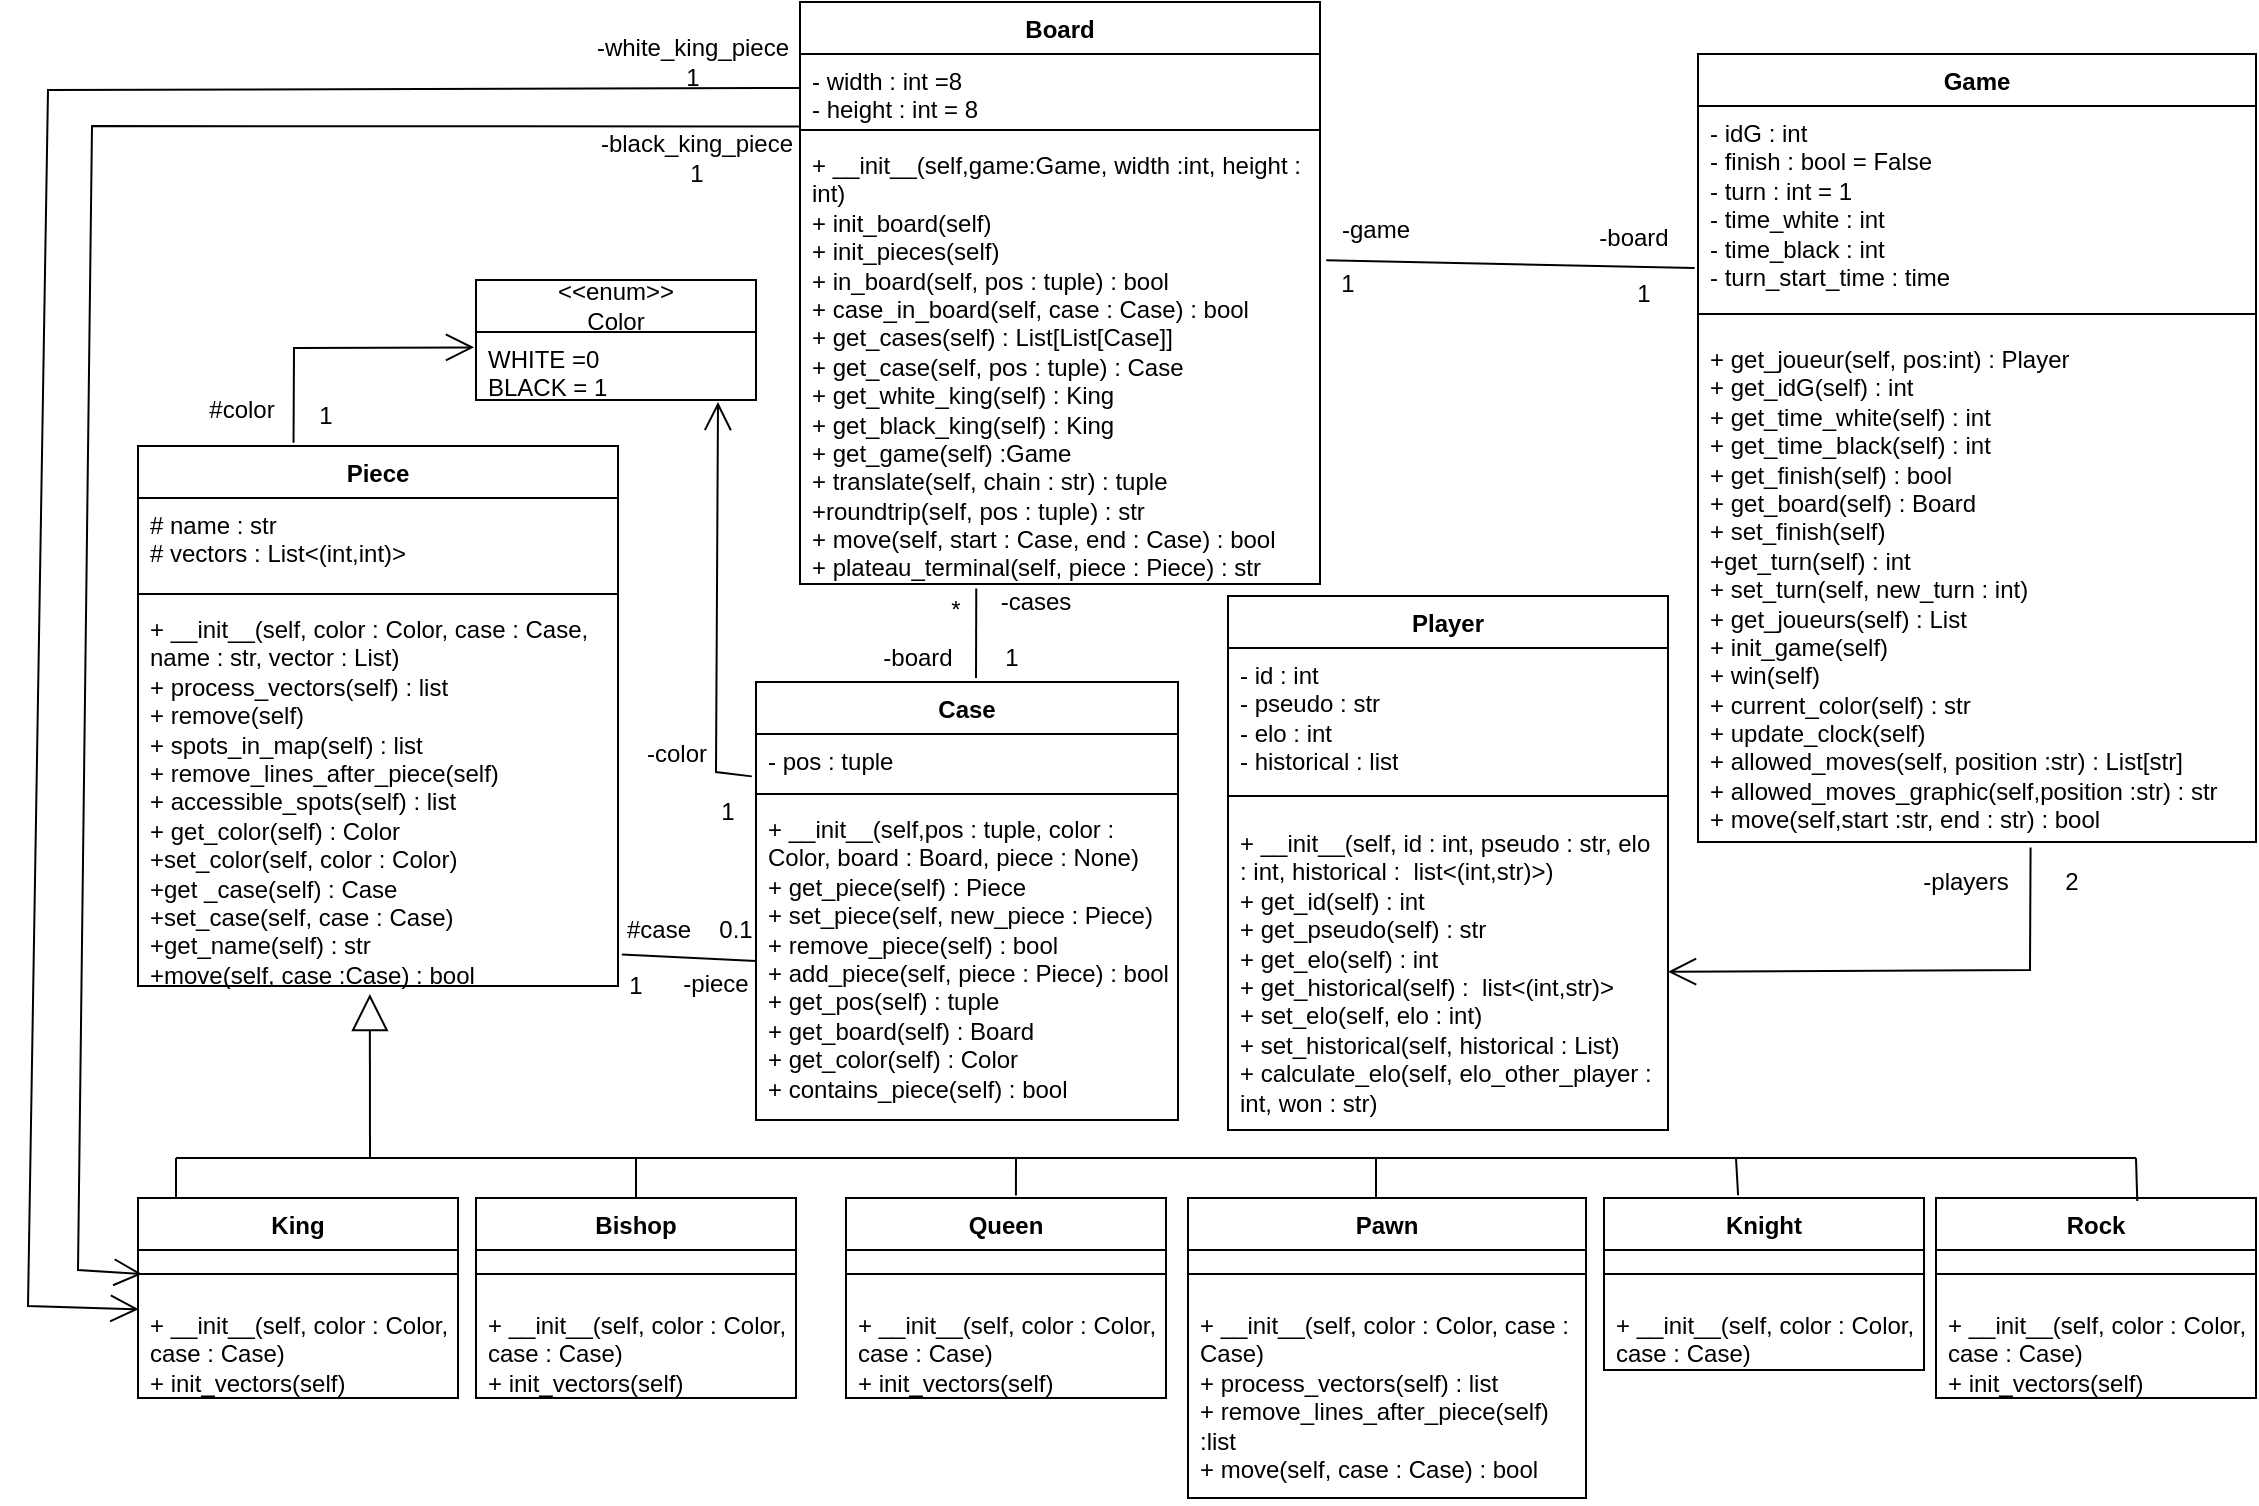
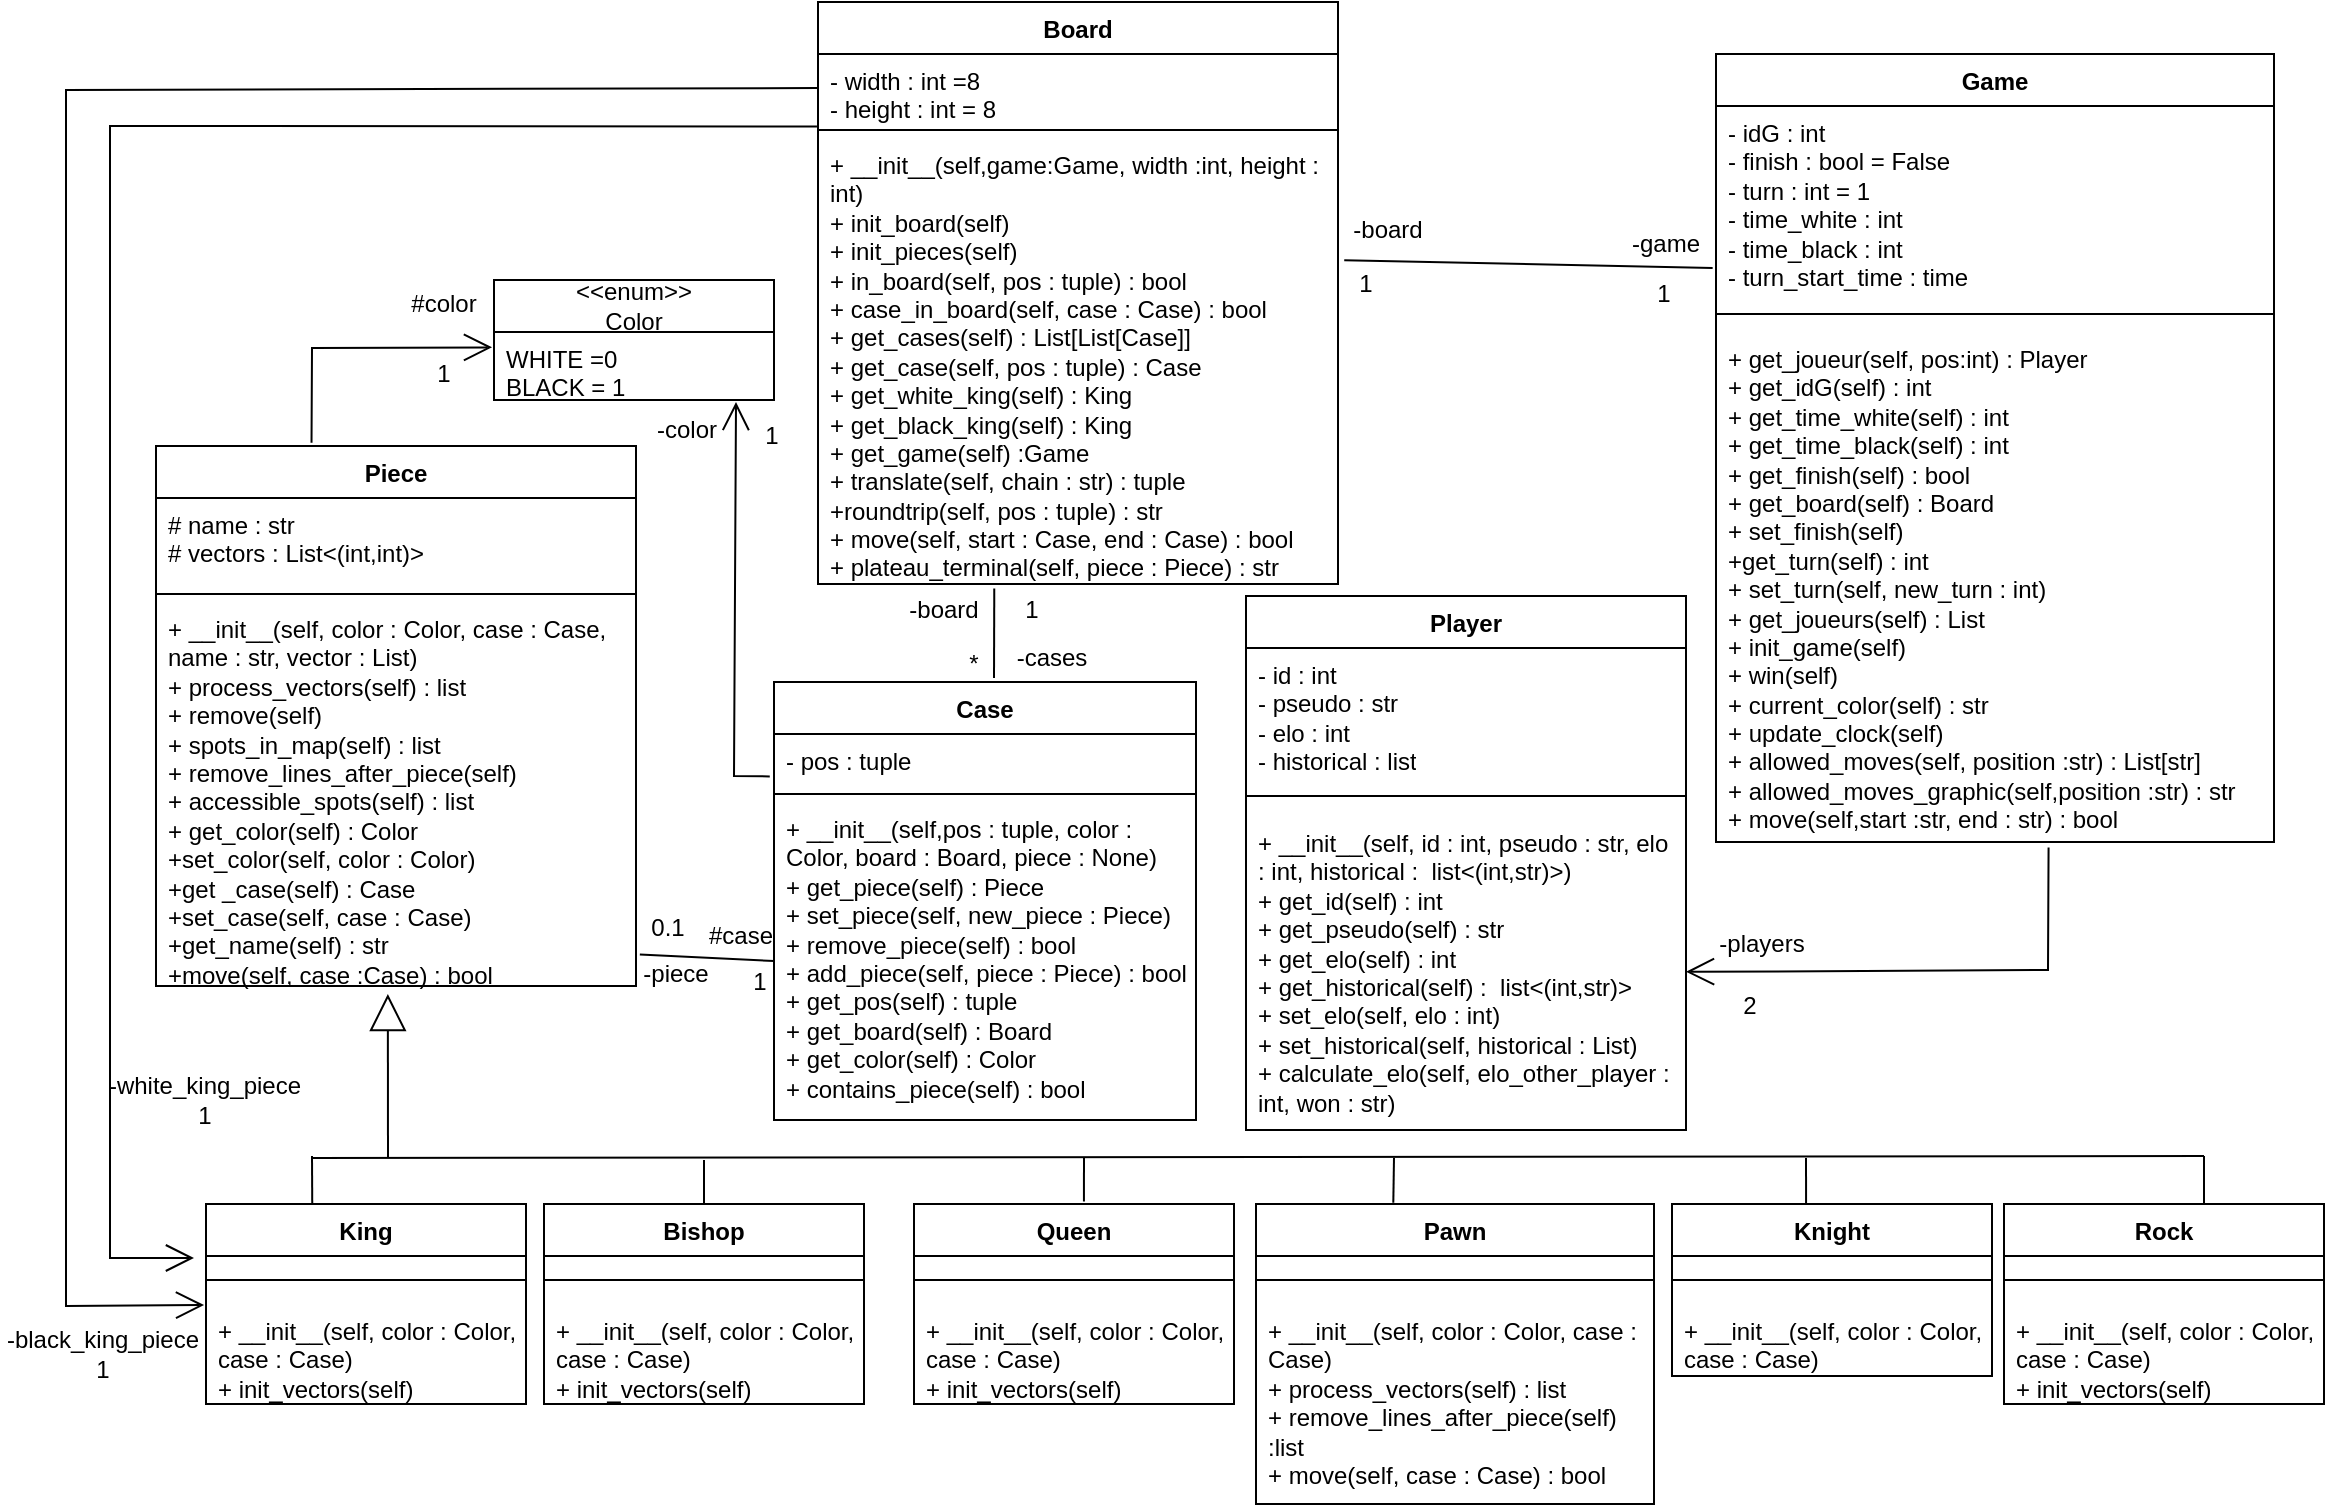
<mxfile host="app.diagrams.net" agent="Mozilla/5.0 (Windows NT 10.0; Win64; x64) AppleWebKit/537.36 (KHTML, like Gecko) Chrome/138.0.0.0 Safari/537.36" version="27.1.5">
  <diagram name="Page-1" id="ue2nzu8fp39hdbNQRuWm">
-     <mxGraphModel dx="915" dy="721" grid="0" gridSize="10" guides="1" tooltips="1" connect="1" arrows="1" fold="1" page="1" pageScale="1" pageWidth="1169" pageHeight="1654" background="#ffffff" math="0" shadow="0">
+     <mxGraphModel dx="1464" dy="1154" grid="0" gridSize="10" guides="1" tooltips="1" connect="1" arrows="1" fold="1" page="1" pageScale="1" pageWidth="1169" pageHeight="1654" background="#ffffff" math="0" shadow="0">
      <root>
        <mxCell id="0" />
        <mxCell id="1" parent="0" />
        <mxCell id="S0ea2ZYKpIamfI4VXVso-1" value="Player" style="swimlane;fontStyle=1;align=center;verticalAlign=top;childLayout=stackLayout;horizontal=1;startSize=26;horizontalStack=0;resizeParent=1;resizeParentMax=0;resizeLast=0;collapsible=1;marginBottom=0;whiteSpace=wrap;html=1;" parent="1" vertex="1">
          <mxGeometry x="626" y="319" width="220" height="267" as="geometry" />
        </mxCell>
        <mxCell id="S0ea2ZYKpIamfI4VXVso-2" value="&lt;div&gt;- id : int&lt;/div&gt;&lt;div&gt;- pseudo : str&lt;/div&gt;&lt;div&gt;- elo : int&lt;/div&gt;&lt;div&gt;- historical : list&lt;/div&gt;" style="text;strokeColor=none;fillColor=none;align=left;verticalAlign=top;spacingLeft=4;spacingRight=4;overflow=hidden;rotatable=0;points=[[0,0.5],[1,0.5]];portConstraint=eastwest;whiteSpace=wrap;html=1;" parent="S0ea2ZYKpIamfI4VXVso-1" vertex="1">
          <mxGeometry y="26" width="220" height="64" as="geometry" />
        </mxCell>
        <mxCell id="S0ea2ZYKpIamfI4VXVso-3" value="" style="line;strokeWidth=1;fillColor=none;align=left;verticalAlign=middle;spacingTop=-1;spacingLeft=3;spacingRight=3;rotatable=0;labelPosition=right;points=[];portConstraint=eastwest;strokeColor=inherit;" parent="S0ea2ZYKpIamfI4VXVso-1" vertex="1">
          <mxGeometry y="90" width="220" height="20" as="geometry" />
        </mxCell>
        <mxCell id="S0ea2ZYKpIamfI4VXVso-4" value="&lt;div&gt;+ __init__(self, id : int, pseudo : str, elo : int, historical :&amp;nbsp; list&amp;lt;(int,str)&amp;gt;)&lt;/div&gt;&lt;div&gt;+ get_id(self) : int&lt;/div&gt;&lt;div&gt;+ get_pseudo(self) : str&lt;/div&gt;&lt;div&gt;+ get_elo(self) : int&lt;/div&gt;&lt;div&gt;+ get_historical(self) :&amp;nbsp; list&amp;lt;(int,str)&amp;gt;&lt;/div&gt;&lt;div&gt;+ set_elo(self, elo : int)&lt;/div&gt;&lt;div&gt;+ set_historical(self, historical : List)&lt;/div&gt;&lt;div&gt;+ calculate_elo(self, elo_other_player : int, won : str)&lt;/div&gt;" style="text;strokeColor=none;fillColor=none;align=left;verticalAlign=top;spacingLeft=4;spacingRight=4;overflow=hidden;rotatable=0;points=[[0,0.5],[1,0.5]];portConstraint=eastwest;whiteSpace=wrap;html=1;" parent="S0ea2ZYKpIamfI4VXVso-1" vertex="1">
          <mxGeometry y="110" width="220" height="157" as="geometry" />
        </mxCell>
        <mxCell id="S0ea2ZYKpIamfI4VXVso-5" value="Game" style="swimlane;fontStyle=1;align=center;verticalAlign=top;childLayout=stackLayout;horizontal=1;startSize=26;horizontalStack=0;resizeParent=1;resizeParentMax=0;resizeLast=0;collapsible=1;marginBottom=0;whiteSpace=wrap;html=1;" parent="1" vertex="1">
          <mxGeometry x="861" y="48" width="279" height="394" as="geometry" />
        </mxCell>
        <mxCell id="S0ea2ZYKpIamfI4VXVso-6" value="&lt;div&gt;- idG : int&lt;/div&gt;&lt;div&gt;- finish : bool = False&lt;/div&gt;&lt;div&gt;- turn : int = 1&lt;/div&gt;&lt;div&gt;- time_white : int&lt;/div&gt;&lt;div&gt;- time_black : int&amp;nbsp;&lt;/div&gt;&lt;div&gt;- turn_start_time : time&lt;/div&gt;" style="text;strokeColor=none;fillColor=none;align=left;verticalAlign=top;spacingLeft=4;spacingRight=4;overflow=hidden;rotatable=0;points=[[0,0.5],[1,0.5]];portConstraint=eastwest;whiteSpace=wrap;html=1;" parent="S0ea2ZYKpIamfI4VXVso-5" vertex="1">
          <mxGeometry y="26" width="279" height="95" as="geometry" />
        </mxCell>
        <mxCell id="S0ea2ZYKpIamfI4VXVso-7" value="" style="line;strokeWidth=1;fillColor=none;align=left;verticalAlign=middle;spacingTop=-1;spacingLeft=3;spacingRight=3;rotatable=0;labelPosition=right;points=[];portConstraint=eastwest;strokeColor=inherit;" parent="S0ea2ZYKpIamfI4VXVso-5" vertex="1">
          <mxGeometry y="121" width="279" height="18" as="geometry" />
        </mxCell>
        <mxCell id="S0ea2ZYKpIamfI4VXVso-8" value="&lt;div&gt;+ get_joueur(self, pos:int) : Player&lt;/div&gt;&lt;div&gt;+ get_idG(self) : int&lt;/div&gt;&lt;div&gt;+ get_time_white(self) : int&lt;/div&gt;&lt;div&gt;+ get_time_black(self) : int&lt;/div&gt;&lt;div&gt;+ get_finish(self) : bool&lt;/div&gt;&lt;div&gt;+ get_board(self) : Board&lt;/div&gt;&lt;div&gt;+ set_finish(self)&amp;nbsp;&lt;/div&gt;&lt;div&gt;+get_turn(self) : int&lt;/div&gt;&lt;div&gt;+ set_turn(self, new_turn : int)&lt;/div&gt;&lt;div&gt;+ get_joueurs(self) : List&lt;/div&gt;&lt;div&gt;+ init_game(self)&lt;/div&gt;&lt;div&gt;+ win(self)&lt;/div&gt;&lt;div&gt;+ current_color(self) : str&lt;/div&gt;&lt;div&gt;+ update_clock(self)&lt;/div&gt;&lt;div&gt;+ allowed_moves(self, position :str) : List[str]&lt;/div&gt;&lt;div&gt;+ allowed_moves_graphic(self,position :str) : str&lt;/div&gt;&lt;div&gt;+ move(self,start :str, end : str) : bool&lt;/div&gt;" style="text;strokeColor=none;fillColor=none;align=left;verticalAlign=top;spacingLeft=4;spacingRight=4;overflow=hidden;rotatable=0;points=[[0,0.5],[1,0.5]];portConstraint=eastwest;whiteSpace=wrap;html=1;" parent="S0ea2ZYKpIamfI4VXVso-5" vertex="1">
          <mxGeometry y="139" width="279" height="255" as="geometry" />
        </mxCell>
        <mxCell id="S0ea2ZYKpIamfI4VXVso-9" value="Board" style="swimlane;fontStyle=1;align=center;verticalAlign=top;childLayout=stackLayout;horizontal=1;startSize=26;horizontalStack=0;resizeParent=1;resizeParentMax=0;resizeLast=0;collapsible=1;marginBottom=0;whiteSpace=wrap;html=1;" parent="1" vertex="1">
          <mxGeometry x="412" y="22" width="260" height="291" as="geometry" />
        </mxCell>
        <mxCell id="S0ea2ZYKpIamfI4VXVso-10" value="&lt;div&gt;- width : int =8&lt;/div&gt;&lt;div&gt;- height : int = 8&lt;/div&gt;" style="text;strokeColor=none;fillColor=none;align=left;verticalAlign=top;spacingLeft=4;spacingRight=4;overflow=hidden;rotatable=0;points=[[0,0.5],[1,0.5]];portConstraint=eastwest;whiteSpace=wrap;html=1;" parent="S0ea2ZYKpIamfI4VXVso-9" vertex="1">
          <mxGeometry y="26" width="260" height="34" as="geometry" />
        </mxCell>
        <mxCell id="S0ea2ZYKpIamfI4VXVso-11" value="" style="line;strokeWidth=1;fillColor=none;align=left;verticalAlign=middle;spacingTop=-1;spacingLeft=3;spacingRight=3;rotatable=0;labelPosition=right;points=[];portConstraint=eastwest;strokeColor=inherit;" parent="S0ea2ZYKpIamfI4VXVso-9" vertex="1">
          <mxGeometry y="60" width="260" height="8" as="geometry" />
        </mxCell>
        <mxCell id="S0ea2ZYKpIamfI4VXVso-12" value="&lt;div&gt;+ __init__(self,game:Game, width :int, height : int)&lt;/div&gt;&lt;div&gt;+ init_board(self)&lt;/div&gt;&lt;div&gt;+ init_pieces(self)&lt;/div&gt;&lt;div&gt;+ in_board(self, pos : tuple) : bool&lt;/div&gt;&lt;div&gt;+ case_in_board(self, case : Case) : bool&lt;/div&gt;&lt;div&gt;+ get_cases(self) : List[List[Case]]&lt;/div&gt;&lt;div&gt;+ get_case(self, pos : tuple) : Case&lt;/div&gt;&lt;div&gt;+ get_white_king(self) : King&lt;/div&gt;&lt;div&gt;+ get_black_king(self) : King&lt;/div&gt;&lt;div&gt;+ get_game(self) :Game&lt;/div&gt;&lt;div&gt;+ translate(self, chain : str) : tuple&lt;/div&gt;&lt;div&gt;+roundtrip(self, pos : tuple) : str&lt;/div&gt;&lt;div&gt;+ move(self, start : Case, end : Case) : bool&lt;/div&gt;&lt;div&gt;+ plateau_terminal(self, piece : Piece) : str&lt;/div&gt;" style="text;strokeColor=none;fillColor=none;align=left;verticalAlign=top;spacingLeft=4;spacingRight=4;overflow=hidden;rotatable=0;points=[[0,0.5],[1,0.5]];portConstraint=eastwest;whiteSpace=wrap;html=1;" parent="S0ea2ZYKpIamfI4VXVso-9" vertex="1">
          <mxGeometry y="68" width="260" height="223" as="geometry" />
        </mxCell>
        <mxCell id="S0ea2ZYKpIamfI4VXVso-14" value="Case" style="swimlane;fontStyle=1;align=center;verticalAlign=top;childLayout=stackLayout;horizontal=1;startSize=26;horizontalStack=0;resizeParent=1;resizeParentMax=0;resizeLast=0;collapsible=1;marginBottom=0;whiteSpace=wrap;html=1;" parent="1" vertex="1">
          <mxGeometry x="390" y="362" width="211" height="219" as="geometry" />
        </mxCell>
        <mxCell id="S0ea2ZYKpIamfI4VXVso-15" value="- pos : tuple" style="text;strokeColor=none;fillColor=none;align=left;verticalAlign=top;spacingLeft=4;spacingRight=4;overflow=hidden;rotatable=0;points=[[0,0.5],[1,0.5]];portConstraint=eastwest;whiteSpace=wrap;html=1;" parent="S0ea2ZYKpIamfI4VXVso-14" vertex="1">
          <mxGeometry y="26" width="211" height="26" as="geometry" />
        </mxCell>
        <mxCell id="S0ea2ZYKpIamfI4VXVso-16" value="" style="line;strokeWidth=1;fillColor=none;align=left;verticalAlign=middle;spacingTop=-1;spacingLeft=3;spacingRight=3;rotatable=0;labelPosition=right;points=[];portConstraint=eastwest;strokeColor=inherit;" parent="S0ea2ZYKpIamfI4VXVso-14" vertex="1">
          <mxGeometry y="52" width="211" height="8" as="geometry" />
        </mxCell>
        <mxCell id="S0ea2ZYKpIamfI4VXVso-17" value="&lt;div&gt;+ __init__(self,pos : tuple, color : Color, board : Board, piece : None)&lt;/div&gt;&lt;div&gt;+ get_piece(self) : Piece&lt;/div&gt;&lt;div&gt;+ set_piece(self, new_piece : Piece)&lt;/div&gt;&lt;div&gt;+ remove_piece(self) : bool&lt;/div&gt;&lt;div&gt;+ add_piece(self, piece : Piece) : bool&lt;/div&gt;&lt;div&gt;+ get_pos(self) : tuple&lt;/div&gt;&lt;div&gt;+ get_board(self) : Board&lt;/div&gt;&lt;div&gt;+ get_color(self) : Color&lt;/div&gt;&lt;div&gt;+ contains_piece(self) : bool&lt;/div&gt;" style="text;strokeColor=none;fillColor=none;align=left;verticalAlign=top;spacingLeft=4;spacingRight=4;overflow=hidden;rotatable=0;points=[[0,0.5],[1,0.5]];portConstraint=eastwest;whiteSpace=wrap;html=1;" parent="S0ea2ZYKpIamfI4VXVso-14" vertex="1">
          <mxGeometry y="60" width="211" height="159" as="geometry" />
        </mxCell>
        <mxCell id="S0ea2ZYKpIamfI4VXVso-18" value="Piece" style="swimlane;fontStyle=1;align=center;verticalAlign=top;childLayout=stackLayout;horizontal=1;startSize=26;horizontalStack=0;resizeParent=1;resizeParentMax=0;resizeLast=0;collapsible=1;marginBottom=0;whiteSpace=wrap;html=1;" parent="1" vertex="1">
          <mxGeometry x="81" y="244" width="240" height="270" as="geometry" />
        </mxCell>
        <mxCell id="S0ea2ZYKpIamfI4VXVso-19" value="&lt;div&gt;# name : str&lt;/div&gt;&lt;div&gt;# vectors : List&amp;lt;(int,int)&amp;gt;&lt;/div&gt;" style="text;strokeColor=none;fillColor=none;align=left;verticalAlign=top;spacingLeft=4;spacingRight=4;overflow=hidden;rotatable=0;points=[[0,0.5],[1,0.5]];portConstraint=eastwest;whiteSpace=wrap;html=1;" parent="S0ea2ZYKpIamfI4VXVso-18" vertex="1">
          <mxGeometry y="26" width="240" height="44" as="geometry" />
        </mxCell>
        <mxCell id="S0ea2ZYKpIamfI4VXVso-20" value="" style="line;strokeWidth=1;fillColor=none;align=left;verticalAlign=middle;spacingTop=-1;spacingLeft=3;spacingRight=3;rotatable=0;labelPosition=right;points=[];portConstraint=eastwest;strokeColor=inherit;" parent="S0ea2ZYKpIamfI4VXVso-18" vertex="1">
          <mxGeometry y="70" width="240" height="8" as="geometry" />
        </mxCell>
        <mxCell id="S0ea2ZYKpIamfI4VXVso-21" value="&lt;div&gt;+ __init__(self, color : Color, case : Case, name : str, vector : List)&lt;/div&gt;&lt;div&gt;+ process_vectors(self) : list&lt;/div&gt;&lt;div&gt;+ remove(self)&amp;nbsp;&lt;/div&gt;&lt;div&gt;+ spots_in_map(self) : list&lt;/div&gt;&lt;div&gt;+ remove_lines_after_piece(self)&lt;/div&gt;&lt;div&gt;+ accessible_spots(self) : list&lt;/div&gt;&lt;div&gt;+ get_color(self) : Color&lt;/div&gt;&lt;div&gt;+set_color(self, color : Color)&lt;/div&gt;&lt;div&gt;+get _case(self) : Case&lt;/div&gt;&lt;div&gt;+set_case(self, case : Case)&lt;/div&gt;&lt;div&gt;+get_name(self) : str&lt;/div&gt;&lt;div&gt;+move(self, case :Case) : bool&lt;/div&gt;" style="text;strokeColor=none;fillColor=none;align=left;verticalAlign=top;spacingLeft=4;spacingRight=4;overflow=hidden;rotatable=0;points=[[0,0.5],[1,0.5]];portConstraint=eastwest;whiteSpace=wrap;html=1;" parent="S0ea2ZYKpIamfI4VXVso-18" vertex="1">
          <mxGeometry y="78" width="240" height="192" as="geometry" />
        </mxCell>
        <mxCell id="S0ea2ZYKpIamfI4VXVso-22" value="Pawn" style="swimlane;fontStyle=1;align=center;verticalAlign=top;childLayout=stackLayout;horizontal=1;startSize=26;horizontalStack=0;resizeParent=1;resizeParentMax=0;resizeLast=0;collapsible=1;marginBottom=0;whiteSpace=wrap;html=1;" parent="1" vertex="1">
-           <mxGeometry x="606" y="620" width="199" height="150" as="geometry" />
+           <mxGeometry x="631" y="623" width="199" height="150" as="geometry" />
        </mxCell>
        <mxCell id="S0ea2ZYKpIamfI4VXVso-24" value="" style="line;strokeWidth=1;fillColor=none;align=left;verticalAlign=middle;spacingTop=-1;spacingLeft=3;spacingRight=3;rotatable=0;labelPosition=right;points=[];portConstraint=eastwest;strokeColor=inherit;" parent="S0ea2ZYKpIamfI4VXVso-22" vertex="1">
          <mxGeometry y="26" width="199" height="24" as="geometry" />
        </mxCell>
        <mxCell id="S0ea2ZYKpIamfI4VXVso-25" value="&lt;div&gt;+ __init__(self, color : Color, case : Case)&lt;/div&gt;&lt;div&gt;+ process_vectors(self) : list&lt;/div&gt;&lt;div&gt;+ remove_lines_after_piece(self) :list&lt;/div&gt;&lt;div&gt;+ move(self, case : Case) : bool&lt;/div&gt;" style="text;strokeColor=none;fillColor=none;align=left;verticalAlign=top;spacingLeft=4;spacingRight=4;overflow=hidden;rotatable=0;points=[[0,0.5],[1,0.5]];portConstraint=eastwest;whiteSpace=wrap;html=1;" parent="S0ea2ZYKpIamfI4VXVso-22" vertex="1">
          <mxGeometry y="50" width="199" height="100" as="geometry" />
        </mxCell>
        <mxCell id="S0ea2ZYKpIamfI4VXVso-27" value="Bishop" style="swimlane;fontStyle=1;align=center;verticalAlign=top;childLayout=stackLayout;horizontal=1;startSize=26;horizontalStack=0;resizeParent=1;resizeParentMax=0;resizeLast=0;collapsible=1;marginBottom=0;whiteSpace=wrap;html=1;" parent="1" vertex="1">
-           <mxGeometry x="250" y="620" width="160" height="100" as="geometry" />
+           <mxGeometry x="275" y="623" width="160" height="100" as="geometry" />
        </mxCell>
        <mxCell id="S0ea2ZYKpIamfI4VXVso-29" value="" style="line;strokeWidth=1;fillColor=none;align=left;verticalAlign=middle;spacingTop=-1;spacingLeft=3;spacingRight=3;rotatable=0;labelPosition=right;points=[];portConstraint=eastwest;strokeColor=inherit;" parent="S0ea2ZYKpIamfI4VXVso-27" vertex="1">
          <mxGeometry y="26" width="160" height="24" as="geometry" />
        </mxCell>
        <mxCell id="S0ea2ZYKpIamfI4VXVso-30" value="&lt;div&gt;+ __init__(self, color : Color, case : Case)&lt;/div&gt;&lt;div&gt;+ init_vectors(self)&lt;/div&gt;" style="text;strokeColor=none;fillColor=none;align=left;verticalAlign=top;spacingLeft=4;spacingRight=4;overflow=hidden;rotatable=0;points=[[0,0.5],[1,0.5]];portConstraint=eastwest;whiteSpace=wrap;html=1;" parent="S0ea2ZYKpIamfI4VXVso-27" vertex="1">
          <mxGeometry y="50" width="160" height="50" as="geometry" />
        </mxCell>
        <mxCell id="S0ea2ZYKpIamfI4VXVso-31" value="Queen" style="swimlane;fontStyle=1;align=center;verticalAlign=top;childLayout=stackLayout;horizontal=1;startSize=26;horizontalStack=0;resizeParent=1;resizeParentMax=0;resizeLast=0;collapsible=1;marginBottom=0;whiteSpace=wrap;html=1;" parent="1" vertex="1">
-           <mxGeometry x="435" y="620" width="160" height="100" as="geometry" />
+           <mxGeometry x="460" y="623" width="160" height="100" as="geometry" />
        </mxCell>
        <mxCell id="S0ea2ZYKpIamfI4VXVso-33" value="" style="line;strokeWidth=1;fillColor=none;align=left;verticalAlign=middle;spacingTop=-1;spacingLeft=3;spacingRight=3;rotatable=0;labelPosition=right;points=[];portConstraint=eastwest;strokeColor=inherit;" parent="S0ea2ZYKpIamfI4VXVso-31" vertex="1">
          <mxGeometry y="26" width="160" height="24" as="geometry" />
        </mxCell>
        <mxCell id="S0ea2ZYKpIamfI4VXVso-34" value="&lt;div&gt;+ __init__(self, color : Color, case : Case)&lt;/div&gt;&lt;div&gt;+ init_vectors(self)&lt;/div&gt;" style="text;strokeColor=none;fillColor=none;align=left;verticalAlign=top;spacingLeft=4;spacingRight=4;overflow=hidden;rotatable=0;points=[[0,0.5],[1,0.5]];portConstraint=eastwest;whiteSpace=wrap;html=1;" parent="S0ea2ZYKpIamfI4VXVso-31" vertex="1">
          <mxGeometry y="50" width="160" height="50" as="geometry" />
        </mxCell>
        <mxCell id="S0ea2ZYKpIamfI4VXVso-35" value="King" style="swimlane;fontStyle=1;align=center;verticalAlign=top;childLayout=stackLayout;horizontal=1;startSize=26;horizontalStack=0;resizeParent=1;resizeParentMax=0;resizeLast=0;collapsible=1;marginBottom=0;whiteSpace=wrap;html=1;" parent="1" vertex="1">
-           <mxGeometry x="81" y="620" width="160" height="100" as="geometry" />
+           <mxGeometry x="106" y="623" width="160" height="100" as="geometry" />
        </mxCell>
        <mxCell id="S0ea2ZYKpIamfI4VXVso-37" value="" style="line;strokeWidth=1;fillColor=none;align=left;verticalAlign=middle;spacingTop=-1;spacingLeft=3;spacingRight=3;rotatable=0;labelPosition=right;points=[];portConstraint=eastwest;strokeColor=inherit;" parent="S0ea2ZYKpIamfI4VXVso-35" vertex="1">
          <mxGeometry y="26" width="160" height="24" as="geometry" />
        </mxCell>
        <mxCell id="S0ea2ZYKpIamfI4VXVso-38" value="&lt;div&gt;+ __init__(self, color : Color, case : Case)&lt;/div&gt;&lt;div&gt;+ init_vectors(self)&lt;/div&gt;" style="text;strokeColor=none;fillColor=none;align=left;verticalAlign=top;spacingLeft=4;spacingRight=4;overflow=hidden;rotatable=0;points=[[0,0.5],[1,0.5]];portConstraint=eastwest;whiteSpace=wrap;html=1;" parent="S0ea2ZYKpIamfI4VXVso-35" vertex="1">
          <mxGeometry y="50" width="160" height="50" as="geometry" />
        </mxCell>
        <mxCell id="S0ea2ZYKpIamfI4VXVso-39" value="Knight" style="swimlane;fontStyle=1;align=center;verticalAlign=top;childLayout=stackLayout;horizontal=1;startSize=26;horizontalStack=0;resizeParent=1;resizeParentMax=0;resizeLast=0;collapsible=1;marginBottom=0;whiteSpace=wrap;html=1;" parent="1" vertex="1">
-           <mxGeometry x="814" y="620" width="160" height="86" as="geometry" />
+           <mxGeometry x="839" y="623" width="160" height="86" as="geometry" />
        </mxCell>
        <mxCell id="S0ea2ZYKpIamfI4VXVso-41" value="" style="line;strokeWidth=1;fillColor=none;align=left;verticalAlign=middle;spacingTop=-1;spacingLeft=3;spacingRight=3;rotatable=0;labelPosition=right;points=[];portConstraint=eastwest;strokeColor=inherit;" parent="S0ea2ZYKpIamfI4VXVso-39" vertex="1">
          <mxGeometry y="26" width="160" height="24" as="geometry" />
        </mxCell>
        <mxCell id="S0ea2ZYKpIamfI4VXVso-42" value="&lt;div&gt;+ __init__(self, color : Color, case : Case)&lt;/div&gt;" style="text;strokeColor=none;fillColor=none;align=left;verticalAlign=top;spacingLeft=4;spacingRight=4;overflow=hidden;rotatable=0;points=[[0,0.5],[1,0.5]];portConstraint=eastwest;whiteSpace=wrap;html=1;" parent="S0ea2ZYKpIamfI4VXVso-39" vertex="1">
          <mxGeometry y="50" width="160" height="36" as="geometry" />
        </mxCell>
        <mxCell id="S0ea2ZYKpIamfI4VXVso-43" value="Rock" style="swimlane;fontStyle=1;align=center;verticalAlign=top;childLayout=stackLayout;horizontal=1;startSize=26;horizontalStack=0;resizeParent=1;resizeParentMax=0;resizeLast=0;collapsible=1;marginBottom=0;whiteSpace=wrap;html=1;" parent="1" vertex="1">
-           <mxGeometry x="980" y="620" width="160" height="100" as="geometry" />
+           <mxGeometry x="1005" y="623" width="160" height="100" as="geometry" />
        </mxCell>
        <mxCell id="S0ea2ZYKpIamfI4VXVso-45" value="" style="line;strokeWidth=1;fillColor=none;align=left;verticalAlign=middle;spacingTop=-1;spacingLeft=3;spacingRight=3;rotatable=0;labelPosition=right;points=[];portConstraint=eastwest;strokeColor=inherit;" parent="S0ea2ZYKpIamfI4VXVso-43" vertex="1">
          <mxGeometry y="26" width="160" height="24" as="geometry" />
        </mxCell>
        <mxCell id="S0ea2ZYKpIamfI4VXVso-46" value="&lt;div&gt;+ __init__(self, color : Color, case : Case)&lt;/div&gt;&lt;div&gt;+ init_vectors(self)&lt;/div&gt;" style="text;strokeColor=none;fillColor=none;align=left;verticalAlign=top;spacingLeft=4;spacingRight=4;overflow=hidden;rotatable=0;points=[[0,0.5],[1,0.5]];portConstraint=eastwest;whiteSpace=wrap;html=1;" parent="S0ea2ZYKpIamfI4VXVso-43" vertex="1">
          <mxGeometry y="50" width="160" height="50" as="geometry" />
        </mxCell>
        <mxCell id="RvrVx3QbLvxbVOcMWla0-1" value="" style="endArrow=block;endSize=16;endFill=0;html=1;rounded=0;entryX=0.483;entryY=1.021;entryDx=0;entryDy=0;entryPerimeter=0;" parent="1" target="S0ea2ZYKpIamfI4VXVso-21" edge="1">
          <mxGeometry width="160" relative="1" as="geometry">
            <mxPoint x="197" y="600" as="sourcePoint" />
            <mxPoint x="390" y="570" as="targetPoint" />
          </mxGeometry>
        </mxCell>
        <mxCell id="RvrVx3QbLvxbVOcMWla0-3" value="" style="endArrow=none;html=1;rounded=0;" parent="1" edge="1">
          <mxGeometry width="50" height="50" relative="1" as="geometry">
-             <mxPoint x="100" y="600" as="sourcePoint" />
-             <mxPoint x="1080" y="600" as="targetPoint" />
-           </mxGeometry>
-         </mxCell>
-         <mxCell id="RvrVx3QbLvxbVOcMWla0-4" value="" style="endArrow=none;html=1;rounded=0;" parent="1" edge="1">
-           <mxGeometry width="50" height="50" relative="1" as="geometry">
-             <mxPoint x="100" y="620" as="sourcePoint" />
-             <mxPoint x="100" y="600" as="targetPoint" />
+             <mxPoint x="159" y="600" as="sourcePoint" />
+             <mxPoint x="1105" y="599" as="targetPoint" />
+           </mxGeometry>
+         </mxCell>
+         <mxCell id="RvrVx3QbLvxbVOcMWla0-4" value="" style="endArrow=none;html=1;rounded=0;exitX=0.332;exitY=-0.001;exitDx=0;exitDy=0;exitPerimeter=0;" parent="1" edge="1" source="S0ea2ZYKpIamfI4VXVso-35">
+           <mxGeometry width="50" height="50" relative="1" as="geometry">
+             <mxPoint x="159" y="621" as="sourcePoint" />
+             <mxPoint x="159" y="599" as="targetPoint" />
          </mxGeometry>
        </mxCell>
        <mxCell id="RvrVx3QbLvxbVOcMWla0-5" value="" style="endArrow=none;html=1;rounded=0;exitX=0.5;exitY=0;exitDx=0;exitDy=0;" parent="1" source="S0ea2ZYKpIamfI4VXVso-27" edge="1">
          <mxGeometry width="50" height="50" relative="1" as="geometry">
            <mxPoint x="110" y="630" as="sourcePoint" />
-             <mxPoint x="330" y="600" as="targetPoint" />
+             <mxPoint x="355" y="601" as="targetPoint" />
          </mxGeometry>
        </mxCell>
        <mxCell id="RvrVx3QbLvxbVOcMWla0-7" value="" style="endArrow=none;html=1;rounded=0;exitX=0.531;exitY=-0.012;exitDx=0;exitDy=0;exitPerimeter=0;" parent="1" source="S0ea2ZYKpIamfI4VXVso-31" edge="1">
          <mxGeometry width="50" height="50" relative="1" as="geometry">
            <mxPoint x="340" y="630" as="sourcePoint" />
-             <mxPoint x="520" y="600" as="targetPoint" />
-           </mxGeometry>
-         </mxCell>
-         <mxCell id="RvrVx3QbLvxbVOcMWla0-8" value="" style="endArrow=none;html=1;rounded=0;" parent="1" edge="1">
+             <mxPoint x="545" y="600" as="targetPoint" />
+           </mxGeometry>
+         </mxCell>
+         <mxCell id="RvrVx3QbLvxbVOcMWla0-8" value="" style="endArrow=none;html=1;rounded=0;exitX=0.345;exitY=-0.004;exitDx=0;exitDy=0;exitPerimeter=0;" parent="1" edge="1" source="S0ea2ZYKpIamfI4VXVso-22">
          <mxGeometry width="50" height="50" relative="1" as="geometry">
            <mxPoint x="700" y="620" as="sourcePoint" />
            <mxPoint x="700" y="600" as="targetPoint" />
          </mxGeometry>
        </mxCell>
-         <mxCell id="RvrVx3QbLvxbVOcMWla0-9" value="" style="endArrow=none;html=1;rounded=0;exitX=0.419;exitY=-0.016;exitDx=0;exitDy=0;exitPerimeter=0;" parent="1" source="S0ea2ZYKpIamfI4VXVso-39" edge="1">
+         <mxCell id="RvrVx3QbLvxbVOcMWla0-9" value="" style="endArrow=none;html=1;rounded=0;exitX=0.419;exitY=0;exitDx=0;exitDy=0;exitPerimeter=0;" parent="1" source="S0ea2ZYKpIamfI4VXVso-39" edge="1">
          <mxGeometry width="50" height="50" relative="1" as="geometry">
            <mxPoint x="710" y="630" as="sourcePoint" />
-             <mxPoint x="880" y="600" as="targetPoint" />
-           </mxGeometry>
-         </mxCell>
-         <mxCell id="RvrVx3QbLvxbVOcMWla0-10" value="" style="endArrow=none;html=1;rounded=0;exitX=0.629;exitY=0.015;exitDx=0;exitDy=0;exitPerimeter=0;" parent="1" source="S0ea2ZYKpIamfI4VXVso-43" edge="1">
-           <mxGeometry width="50" height="50" relative="1" as="geometry">
-             <mxPoint x="1060" y="618" as="sourcePoint" />
-             <mxPoint x="1080" y="600" as="targetPoint" />
+             <mxPoint x="906" y="600" as="targetPoint" />
+           </mxGeometry>
+         </mxCell>
+         <mxCell id="RvrVx3QbLvxbVOcMWla0-10" value="" style="endArrow=none;html=1;rounded=0;exitX=0.629;exitY=0.015;exitDx=0;exitDy=0;exitPerimeter=0;" parent="1" edge="1">
+           <mxGeometry width="50" height="50" relative="1" as="geometry">
+             <mxPoint x="1105" y="623" as="sourcePoint" />
+             <mxPoint x="1105" y="599" as="targetPoint" />
          </mxGeometry>
        </mxCell>
        <mxCell id="RvrVx3QbLvxbVOcMWla0-11" value="&amp;lt;&amp;lt;enum&amp;gt;&amp;gt;&lt;br&gt;Color" style="swimlane;fontStyle=0;childLayout=stackLayout;horizontal=1;startSize=26;fillColor=none;horizontalStack=0;resizeParent=1;resizeParentMax=0;resizeLast=0;collapsible=1;marginBottom=0;whiteSpace=wrap;html=1;" parent="1" vertex="1">
          <mxGeometry x="250" y="161" width="140" height="60" as="geometry" />
        </mxCell>
        <mxCell id="RvrVx3QbLvxbVOcMWla0-12" value="&lt;div&gt;WHITE =0&lt;/div&gt;&lt;div&gt;BLACK = 1&lt;/div&gt;" style="text;strokeColor=none;fillColor=none;align=left;verticalAlign=top;spacingLeft=4;spacingRight=4;overflow=hidden;rotatable=0;points=[[0,0.5],[1,0.5]];portConstraint=eastwest;whiteSpace=wrap;html=1;" parent="RvrVx3QbLvxbVOcMWla0-11" vertex="1">
          <mxGeometry y="26" width="140" height="34" as="geometry" />
        </mxCell>
        <mxCell id="RvrVx3QbLvxbVOcMWla0-15" value="" style="endArrow=none;html=1;rounded=0;exitX=1.008;exitY=0.918;exitDx=0;exitDy=0;entryX=0;entryY=0.5;entryDx=0;entryDy=0;exitPerimeter=0;" parent="1" source="S0ea2ZYKpIamfI4VXVso-21" target="S0ea2ZYKpIamfI4VXVso-17" edge="1">
          <mxGeometry width="50" height="50" relative="1" as="geometry">
            <mxPoint x="480" y="440" as="sourcePoint" />
            <mxPoint x="530" y="390" as="targetPoint" />
          </mxGeometry>
        </mxCell>
        <mxCell id="RvrVx3QbLvxbVOcMWla0-16" value="#case" style="text;html=1;whiteSpace=wrap;strokeColor=none;fillColor=none;align=center;verticalAlign=middle;rounded=0;" parent="1" vertex="1">
-           <mxGeometry x="321" y="476" width="41" height="19" as="geometry" />
+           <mxGeometry x="353" y="479" width="41" height="19" as="geometry" />
        </mxCell>
        <mxCell id="RvrVx3QbLvxbVOcMWla0-17" value="1" style="text;html=1;whiteSpace=wrap;strokeColor=none;fillColor=none;align=center;verticalAlign=middle;rounded=0;" parent="1" vertex="1">
-           <mxGeometry x="322.25" y="503" width="15.5" height="21" as="geometry" />
+           <mxGeometry x="374.5" y="501" width="15.5" height="21" as="geometry" />
        </mxCell>
        <mxCell id="RvrVx3QbLvxbVOcMWla0-18" value="-piece" style="text;html=1;whiteSpace=wrap;strokeColor=none;fillColor=none;align=center;verticalAlign=middle;rounded=0;" parent="1" vertex="1">
-           <mxGeometry x="350" y="503" width="40" height="20" as="geometry" />
+           <mxGeometry x="321" y="498" width="40" height="20" as="geometry" />
        </mxCell>
        <mxCell id="RvrVx3QbLvxbVOcMWla0-19" value="0.1" style="text;html=1;whiteSpace=wrap;strokeColor=none;fillColor=none;align=center;verticalAlign=middle;rounded=0;" parent="1" vertex="1">
-           <mxGeometry x="370" y="476" width="20" height="20" as="geometry" />
+           <mxGeometry x="327" y="475" width="20" height="20" as="geometry" />
        </mxCell>
        <mxCell id="RvrVx3QbLvxbVOcMWla0-20" value="" style="endArrow=open;endFill=1;endSize=12;html=1;rounded=0;entryX=-0.007;entryY=0.226;entryDx=0;entryDy=0;entryPerimeter=0;exitX=0.324;exitY=-0.006;exitDx=0;exitDy=0;exitPerimeter=0;" parent="1" source="S0ea2ZYKpIamfI4VXVso-18" target="RvrVx3QbLvxbVOcMWla0-12" edge="1">
          <mxGeometry width="160" relative="1" as="geometry">
            <mxPoint x="420" y="410" as="sourcePoint" />
            <mxPoint x="580" y="410" as="targetPoint" />
            <Array as="points">
              <mxPoint x="159" y="195" />
            </Array>
          </mxGeometry>
        </mxCell>
        <mxCell id="RvrVx3QbLvxbVOcMWla0-21" value="" style="endArrow=open;endFill=1;endSize=12;html=1;rounded=0;exitX=-0.01;exitY=0.815;exitDx=0;exitDy=0;exitPerimeter=0;" parent="1" source="S0ea2ZYKpIamfI4VXVso-15" edge="1">
          <mxGeometry width="160" relative="1" as="geometry">
            <Array as="points">
-               <mxPoint x="370" y="407" />
+               <mxPoint x="370" y="409" />
            </Array>
            <mxPoint x="138" y="248" as="sourcePoint" />
            <mxPoint x="371" y="222" as="targetPoint" />
          </mxGeometry>
        </mxCell>
        <mxCell id="RvrVx3QbLvxbVOcMWla0-27" value="" style="endArrow=none;html=1;rounded=0;exitX=0.339;exitY=1.01;exitDx=0;exitDy=0;exitPerimeter=0;" parent="1" source="S0ea2ZYKpIamfI4VXVso-12" edge="1">
          <mxGeometry width="50" height="50" relative="1" as="geometry">
            <mxPoint x="300" y="298" as="sourcePoint" />
            <mxPoint x="500" y="360" as="targetPoint" />
          </mxGeometry>
        </mxCell>
        <mxCell id="_vj-o0teQn7O_933QG1c-2" value="" style="endArrow=none;html=1;rounded=0;entryX=1.012;entryY=0.274;entryDx=0;entryDy=0;entryPerimeter=0;exitX=-0.006;exitY=0.853;exitDx=0;exitDy=0;exitPerimeter=0;" parent="1" source="S0ea2ZYKpIamfI4VXVso-6" target="S0ea2ZYKpIamfI4VXVso-12" edge="1">
          <mxGeometry width="50" height="50" relative="1" as="geometry">
            <mxPoint x="560" y="460" as="sourcePoint" />
            <mxPoint x="610" y="410" as="targetPoint" />
          </mxGeometry>
        </mxCell>
        <mxCell id="_vj-o0teQn7O_933QG1c-3" value="" style="endArrow=open;endFill=1;endSize=12;html=1;rounded=0;exitX=0.596;exitY=1.011;exitDx=0;exitDy=0;exitPerimeter=0;" parent="1" source="S0ea2ZYKpIamfI4VXVso-8" target="S0ea2ZYKpIamfI4VXVso-4" edge="1">
          <mxGeometry width="160" relative="1" as="geometry">
            <mxPoint x="138" y="248" as="sourcePoint" />
            <mxPoint x="140" y="168" as="targetPoint" />
            <Array as="points">
              <mxPoint x="1027" y="506" />
            </Array>
          </mxGeometry>
        </mxCell>
        <mxCell id="_vj-o0teQn7O_933QG1c-5" value="#color" style="text;html=1;whiteSpace=wrap;strokeColor=none;fillColor=none;align=center;verticalAlign=middle;rounded=0;" parent="1" vertex="1">
-           <mxGeometry x="113" y="211" width="40" height="30" as="geometry" />
+           <mxGeometry x="205" y="158" width="40" height="30" as="geometry" />
        </mxCell>
        <mxCell id="_vj-o0teQn7O_933QG1c-6" value="1" style="text;html=1;whiteSpace=wrap;strokeColor=none;fillColor=none;align=center;verticalAlign=middle;rounded=0;" parent="1" vertex="1">
-           <mxGeometry x="165" y="224" width="20" height="10" as="geometry" />
+           <mxGeometry x="215" y="203" width="20" height="10" as="geometry" />
        </mxCell>
        <mxCell id="_vj-o0teQn7O_933QG1c-7" value="-color" style="text;html=1;whiteSpace=wrap;strokeColor=none;fillColor=none;align=center;verticalAlign=middle;rounded=0;" parent="1" vertex="1">
-           <mxGeometry x="331" y="387" width="39" height="21" as="geometry" />
+           <mxGeometry x="327" y="225" width="39" height="21" as="geometry" />
        </mxCell>
        <mxCell id="_vj-o0teQn7O_933QG1c-8" value="1" style="text;html=1;whiteSpace=wrap;strokeColor=none;fillColor=none;align=center;verticalAlign=middle;rounded=0;" parent="1" vertex="1">
-           <mxGeometry x="366" y="422" width="20" height="10" as="geometry" />
+           <mxGeometry x="379" y="234" width="20" height="10" as="geometry" />
        </mxCell>
        <mxCell id="_vj-o0teQn7O_933QG1c-9" value="-board" style="text;html=1;whiteSpace=wrap;strokeColor=none;fillColor=none;align=center;verticalAlign=middle;rounded=0;" parent="1" vertex="1">
-           <mxGeometry x="446" y="340" width="50" height="20" as="geometry" />
+           <mxGeometry x="450" y="315.5" width="50" height="20" as="geometry" />
        </mxCell>
        <mxCell id="_vj-o0teQn7O_933QG1c-10" value="1" style="text;html=1;whiteSpace=wrap;strokeColor=none;fillColor=none;align=center;verticalAlign=middle;rounded=0;" parent="1" vertex="1">
-           <mxGeometry x="508" y="345" width="20" height="10" as="geometry" />
+           <mxGeometry x="509" y="320.5" width="20" height="10" as="geometry" />
        </mxCell>
        <mxCell id="_vj-o0teQn7O_933QG1c-11" value="-cases" style="text;html=1;whiteSpace=wrap;strokeColor=none;fillColor=none;align=center;verticalAlign=middle;rounded=0;" parent="1" vertex="1">
-           <mxGeometry x="510" y="317" width="40" height="10" as="geometry" />
+           <mxGeometry x="509" y="345" width="40" height="10" as="geometry" />
        </mxCell>
        <mxCell id="_vj-o0teQn7O_933QG1c-12" value="*" style="text;html=1;whiteSpace=wrap;strokeColor=none;fillColor=none;align=center;verticalAlign=middle;rounded=0;" parent="1" vertex="1">
-           <mxGeometry x="480" y="311" width="20" height="29" as="geometry" />
+           <mxGeometry x="480" y="338" width="20" height="29" as="geometry" />
        </mxCell>
        <mxCell id="_vj-o0teQn7O_933QG1c-13" value="-players" style="text;html=1;whiteSpace=wrap;strokeColor=none;fillColor=none;align=center;verticalAlign=middle;rounded=0;" parent="1" vertex="1">
-           <mxGeometry x="972" y="449" width="46" height="25" as="geometry" />
+           <mxGeometry x="861" y="480" width="46" height="25" as="geometry" />
        </mxCell>
        <mxCell id="_vj-o0teQn7O_933QG1c-14" value="2" style="text;html=1;whiteSpace=wrap;strokeColor=none;fillColor=none;align=center;verticalAlign=middle;rounded=0;" parent="1" vertex="1">
-           <mxGeometry x="1033" y="447" width="30" height="29" as="geometry" />
+           <mxGeometry x="863" y="509" width="30" height="29" as="geometry" />
        </mxCell>
        <mxCell id="_vj-o0teQn7O_933QG1c-15" value="-board" style="text;html=1;whiteSpace=wrap;strokeColor=none;fillColor=none;align=center;verticalAlign=middle;rounded=0;" parent="1" vertex="1">
-           <mxGeometry x="799" y="135" width="60" height="10" as="geometry" />
+           <mxGeometry x="667" y="131" width="60" height="10" as="geometry" />
        </mxCell>
        <mxCell id="_vj-o0teQn7O_933QG1c-16" value="1" style="text;html=1;whiteSpace=wrap;strokeColor=none;fillColor=none;align=center;verticalAlign=middle;rounded=0;" parent="1" vertex="1">
-           <mxGeometry x="819" y="163" width="30" height="10" as="geometry" />
+           <mxGeometry x="820" y="163" width="30" height="10" as="geometry" />
        </mxCell>
        <mxCell id="_vj-o0teQn7O_933QG1c-17" value="-game" style="text;html=1;whiteSpace=wrap;strokeColor=none;fillColor=none;align=center;verticalAlign=middle;rounded=0;" parent="1" vertex="1">
-           <mxGeometry x="675" y="126" width="50" height="20" as="geometry" />
+           <mxGeometry x="811" y="133" width="50" height="20" as="geometry" />
        </mxCell>
        <mxCell id="_vj-o0teQn7O_933QG1c-18" value="1" style="text;html=1;whiteSpace=wrap;strokeColor=none;fillColor=none;align=center;verticalAlign=middle;rounded=0;" parent="1" vertex="1">
          <mxGeometry x="681" y="163" width="10" as="geometry" />
        </mxCell>
        <mxCell id="AjG94XpRLF6ERspp3NwN-6" value="" style="endArrow=open;endFill=1;endSize=12;html=1;rounded=0;exitX=-0.002;exitY=1.067;exitDx=0;exitDy=0;exitPerimeter=0;" edge="1" parent="1" source="S0ea2ZYKpIamfI4VXVso-10">
          <mxGeometry width="160" relative="1" as="geometry">
            <Array as="points">
              <mxPoint x="58" y="84" />
-               <mxPoint x="51" y="656" />
+               <mxPoint x="58" y="650" />
            </Array>
            <mxPoint x="421" y="80" as="sourcePoint" />
-             <mxPoint x="83" y="658" as="targetPoint" />
-           </mxGeometry>
-         </mxCell>
-         <mxCell id="AjG94XpRLF6ERspp3NwN-7" value="" style="endArrow=open;endFill=1;endSize=12;html=1;rounded=0;entryX=0.002;entryY=0.113;entryDx=0;entryDy=0;entryPerimeter=0;exitX=0;exitY=0.5;exitDx=0;exitDy=0;" edge="1" parent="1" source="S0ea2ZYKpIamfI4VXVso-10" target="S0ea2ZYKpIamfI4VXVso-38">
+             <mxPoint x="100" y="650" as="targetPoint" />
+           </mxGeometry>
+         </mxCell>
+         <mxCell id="AjG94XpRLF6ERspp3NwN-7" value="" style="endArrow=open;endFill=1;endSize=12;html=1;rounded=0;entryX=-0.006;entryY=0.01;entryDx=0;entryDy=0;entryPerimeter=0;exitX=0;exitY=0.5;exitDx=0;exitDy=0;" edge="1" parent="1" source="S0ea2ZYKpIamfI4VXVso-10" target="S0ea2ZYKpIamfI4VXVso-38">
          <mxGeometry width="160" relative="1" as="geometry">
            <Array as="points">
              <mxPoint x="36" y="66" />
-               <mxPoint x="26" y="674" />
+               <mxPoint x="36" y="674" />
            </Array>
            <mxPoint x="448" y="66" as="sourcePoint" />
            <mxPoint x="93" y="668" as="targetPoint" />
          </mxGeometry>
        </mxCell>
        <mxCell id="AjG94XpRLF6ERspp3NwN-8" value="-white_king_piece&lt;div&gt;1&lt;/div&gt;" style="text;html=1;align=center;verticalAlign=middle;resizable=0;points=[];autosize=1;strokeColor=none;fillColor=none;" vertex="1" parent="1">
-           <mxGeometry x="301" y="31" width="114" height="41" as="geometry" />
-         </mxCell>
-         <mxCell id="AjG94XpRLF6ERspp3NwN-9" value="-black_king_piece&lt;div&gt;1&lt;/div&gt;" style="text;html=1;align=center;verticalAlign=middle;resizable=0;points=[];autosize=1;strokeColor=none;fillColor=none;" vertex="1" parent="1">
-           <mxGeometry x="303" y="79" width="114" height="41" as="geometry" />
+           <mxGeometry x="48" y="550" width="114" height="41" as="geometry" />
+         </mxCell>
+         <mxCell id="AjG94XpRLF6ERspp3NwN-16" value="-black_king_piece&lt;div&gt;1&lt;/div&gt;" style="text;html=1;whiteSpace=wrap;strokeColor=none;fillColor=none;align=center;verticalAlign=middle;rounded=0;" vertex="1" parent="1">
+           <mxGeometry x="3" y="688" width="103" height="20" as="geometry" />
        </mxCell>
      </root>
    </mxGraphModel>
  </diagram>
</mxfile>
